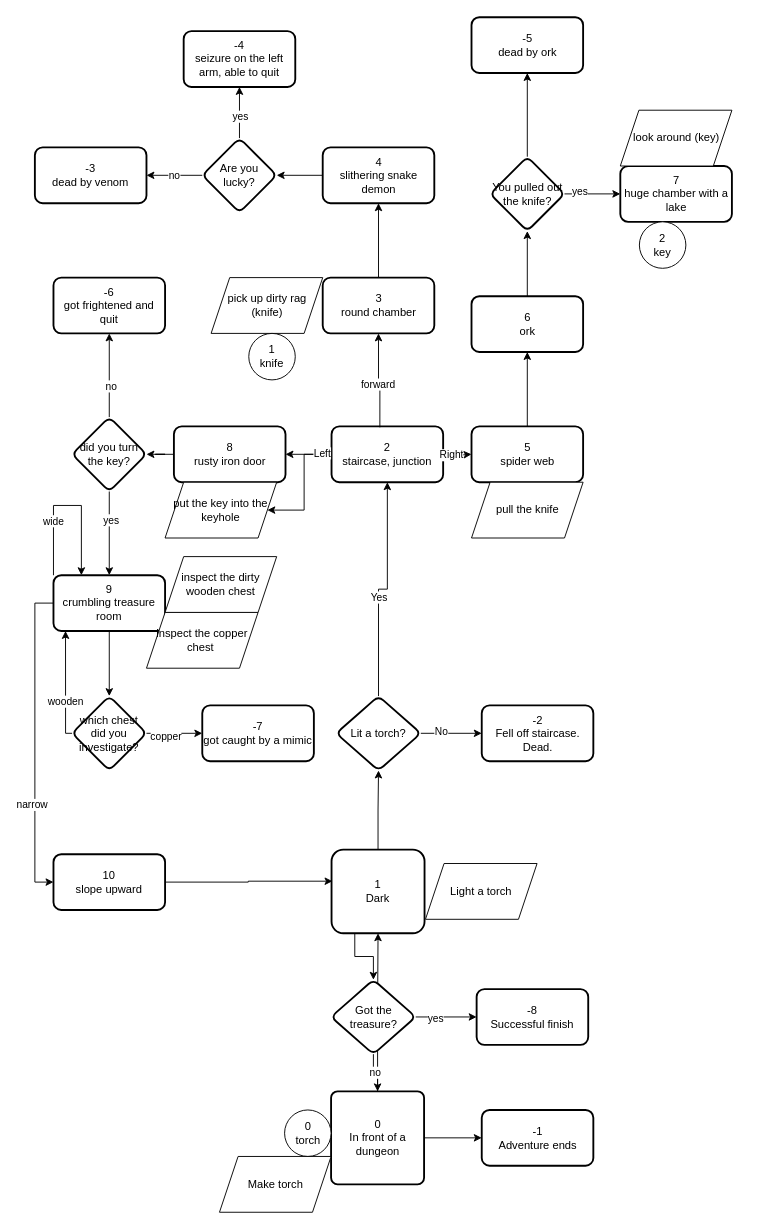
This is page "dungeon flow" (2 of 2) of docs/adventure_engine.drawio from iviczl/adventure, a draw.io file, before an edit. Source tidied: cells renumbered, new cells numbered last; positions are measured from the earlier drawing's top-left corner, leaving out a move shared by most shapes. Both pictures are drawn from the tidied source at 93%, with x=0, y=0 at pixel (34, 17).
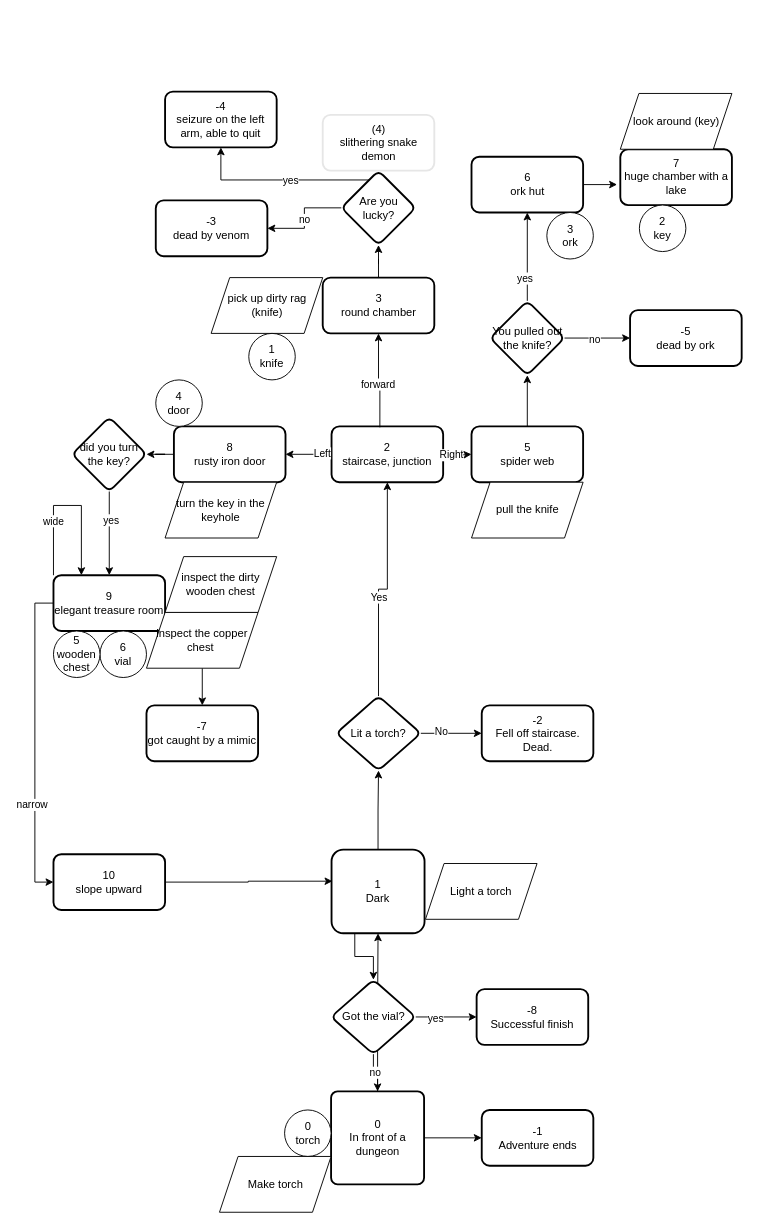
The same diagram, later.

Unchanged cells that the change refers to:
```xml
<mxCell id="16" value="2&lt;br&gt;staircase, junction" style="whiteSpace=wrap;html=1;rounded=1;arcSize=14;strokeWidth=2;" parent="1" vertex="1">
  <mxGeometry x="319" y="440" width="120" height="60" as="geometry" />
</mxCell>
<mxCell id="24" value="5&lt;br&gt;spider web" style="whiteSpace=wrap;html=1;rounded=1;arcSize=14;strokeWidth=2;" parent="1" vertex="1">
  <mxGeometry x="469.5" y="440" width="120" height="60" as="geometry" />
</mxCell>
<mxCell id="32" value="3&lt;br&gt;round chamber" style="whiteSpace=wrap;html=1;rounded=1;arcSize=14;strokeWidth=2;" parent="1" vertex="1">
  <mxGeometry x="309.5" y="280" width="120" height="60" as="geometry" />
</mxCell>
<mxCell id="44" style="edgeStyle=orthogonalEdgeStyle;rounded=0;jettySize=auto;html=1;" parent="1" edge="1" source="45" target="53">
  <mxGeometry relative="1" as="geometry" />
</mxCell>
<mxCell id="51" value="did you turn the key?" style="rhombus;whiteSpace=wrap;html=1;rounded=1;arcSize=14;strokeWidth=2;" parent="1" vertex="1">
  <mxGeometry x="40" y="430" width="80" height="80" as="geometry" />
</mxCell>
<mxCell id="71" value="inspect the copper chest&amp;nbsp;" style="shape=parallelogram;perimeter=parallelogramPerimeter;whiteSpace=wrap;html=1;fixedSize=1;" parent="1" vertex="1">
  <mxGeometry x="120" y="640" width="120" height="60" as="geometry" />
</mxCell>
```

What changed in the source:
```diff
@@
-    <mxCell id="15" style="edgeStyle=orthogonalEdgeStyle;rounded=0;jettySize=auto;html=1;" parent="1" edge="1" source="16" target="55">
-      <mxGeometry relative="1" as="geometry" />
-    </mxCell>
@@
-    <mxCell id="23" style="edgeStyle=orthogonalEdgeStyle;rounded=0;jettySize=auto;html=1;" parent="1" edge="1" source="24" target="29">
+    <mxCell id="23" style="edgeStyle=orthogonalEdgeStyle;rounded=0;jettySize=auto;html=1;entryX=0.5;entryY=1;entryDx=0;entryDy=0;" parent="1" edge="1" source="24" target="45">
       <mxGeometry relative="1" as="geometry" />
     </mxCell>
@@
-    <mxCell id="28" style="edgeStyle=orthogonalEdgeStyle;rounded=0;jettySize=auto;html=1;" parent="1" edge="1" source="29" target="45">
+    <mxCell id="28" style="edgeStyle=orthogonalEdgeStyle;rounded=0;jettySize=auto;html=1;entryX=-0.029;entryY=0.633;entryDx=0;entryDy=0;entryPerimeter=0;" parent="1" edge="1" source="29" target="52">
       <mxGeometry relative="1" as="geometry" />
     </mxCell>
-    <mxCell id="29" value="6&lt;div&gt;ork&lt;/div&gt;" style="whiteSpace=wrap;html=1;rounded=1;arcSize=14;strokeWidth=2;" parent="1" vertex="1">
-      <mxGeometry x="469.5" y="300" width="120" height="60" as="geometry" />
+    <mxCell id="29" value="6&lt;div&gt;ork hut&lt;/div&gt;" style="whiteSpace=wrap;html=1;rounded=1;arcSize=14;strokeWidth=2;" parent="1" vertex="1">
+      <mxGeometry x="469.5" y="150" width="120" height="60" as="geometry" />
     </mxCell>
@@
-    <mxCell id="31" style="edgeStyle=orthogonalEdgeStyle;rounded=0;jettySize=auto;html=1;" parent="1" edge="1" source="32" target="34">
+    <mxCell id="31" style="edgeStyle=orthogonalEdgeStyle;rounded=0;jettySize=auto;html=1;entryX=0.5;entryY=1;entryDx=0;entryDy=0;" parent="1" edge="1" source="32" target="39">
       <mxGeometry relative="1" as="geometry" />
     </mxCell>
@@
-    <mxCell id="33" style="edgeStyle=orthogonalEdgeStyle;rounded=0;jettySize=auto;html=1;" parent="1" edge="1" source="34" target="39">
-      <mxGeometry relative="1" as="geometry" />
-    </mxCell>
-    <mxCell id="34" value="4&lt;br&gt;slithering snake demon" style="whiteSpace=wrap;html=1;rounded=1;arcSize=14;strokeWidth=2;" parent="1" vertex="1">
-      <mxGeometry x="309.5" y="140" width="120" height="60" as="geometry" />
+    <mxCell id="34" value="(4)&lt;br&gt;slithering snake demon" style="whiteSpace=wrap;html=1;rounded=1;arcSize=14;strokeWidth=2;strokeColor=#E6E6E6;" parent="1" vertex="1">
+      <mxGeometry x="309.5" y="105" width="120" height="60" as="geometry" />
     </mxCell>
     <mxCell id="35" style="edgeStyle=orthogonalEdgeStyle;rounded=0;jettySize=auto;html=1;" parent="1" edge="1" source="39" target="40">
-      <mxGeometry relative="1" as="geometry" />
+      <mxGeometry relative="1" as="geometry">
+        <Array as="points">
+          <mxPoint x="200" y="175" />
+        </Array>
+      </mxGeometry>
     </mxCell>
@@
     <mxCell id="39" value="Are you lucky?" style="rhombus;whiteSpace=wrap;html=1;rounded=1;arcSize=14;strokeWidth=2;" parent="1" vertex="1">
-      <mxGeometry x="180" y="130" width="80" height="80" as="geometry" />
+      <mxGeometry x="329.5" y="165" width="80" height="80" as="geometry" />
     </mxCell>
     <mxCell id="40" value="-4&lt;br&gt;seizure on the left arm, able to quit" style="whiteSpace=wrap;html=1;rounded=1;arcSize=14;strokeWidth=2;" parent="1" vertex="1">
-      <mxGeometry x="160" y="15" width="120" height="60" as="geometry" />
+      <mxGeometry x="140" y="80" width="120" height="60" as="geometry" />
     </mxCell>
     <mxCell id="41" value="-3&lt;br&gt;dead by venom" style="whiteSpace=wrap;html=1;rounded=1;arcSize=14;strokeWidth=2;" parent="1" vertex="1">
-      <mxGeometry y="140" width="120" height="60" as="geometry" />
+      <mxGeometry x="130" y="197" width="120" height="60" as="geometry" />
     </mxCell>
-    <mxCell id="42" style="edgeStyle=orthogonalEdgeStyle;rounded=0;jettySize=auto;html=1;" parent="1" edge="1" source="45" target="52">
+    <mxCell id="42" style="edgeStyle=orthogonalEdgeStyle;rounded=0;jettySize=auto;html=1;entryX=0.5;entryY=1;entryDx=0;entryDy=0;" parent="1" edge="1" source="45" target="29">
       <mxGeometry relative="1" as="geometry" />
     </mxCell>
@@
+    <mxCell id="48" value="no" style="edgeLabel;html=1;align=center;verticalAlign=middle;" parent="44" vertex="1">
+      <mxGeometry x="-0.13" y="-1" relative="1" as="geometry">
+        <mxPoint x="1" as="offset" />
+      </mxGeometry>
+    </mxCell>
     <mxCell id="45" value="You pulled out the knife?" style="rhombus;whiteSpace=wrap;html=1;rounded=1;arcSize=14;strokeWidth=2;" parent="1" vertex="1">
-      <mxGeometry x="489.5" y="150" width="80" height="80" as="geometry" />
+      <mxGeometry x="489.5" y="305" width="80" height="80" as="geometry" />
     </mxCell>
@@
-    <mxCell id="47" style="edgeStyle=orthogonalEdgeStyle;rounded=0;jettySize=auto;html=1;" parent="1" edge="1" source="51" target="56">
-      <mxGeometry relative="1" as="geometry" />
-    </mxCell>
-    <mxCell id="48" value="no" style="edgeLabel;html=1;align=center;verticalAlign=middle;" parent="47" vertex="1">
-      <mxGeometry x="-0.24" y="-1" relative="1" as="geometry" />
-    </mxCell>
@@
     <mxCell id="52" value="7&lt;div&gt;huge chamber with a lake&lt;/div&gt;" style="whiteSpace=wrap;html=1;rounded=1;arcSize=14;strokeWidth=2;" parent="1" vertex="1">
-      <mxGeometry x="629.5" y="160" width="120" height="60" as="geometry" />
+      <mxGeometry x="629.5" y="142" width="120" height="60" as="geometry" />
     </mxCell>
     <mxCell id="53" value="-5&lt;div&gt;dead by ork&lt;/div&gt;" style="whiteSpace=wrap;html=1;rounded=1;arcSize=14;strokeWidth=2;" parent="1" vertex="1">
-      <mxGeometry x="469.5" width="120" height="60" as="geometry" />
+      <mxGeometry x="640" y="315" width="120" height="60" as="geometry" />
     </mxCell>
     <mxCell id="54" value="look around (key)" style="shape=parallelogram;perimeter=parallelogramPerimeter;whiteSpace=wrap;html=1;fixedSize=1;" parent="1" vertex="1">
-      <mxGeometry x="629.5" y="100" width="120" height="60" as="geometry" />
+      <mxGeometry x="629.5" y="82" width="120" height="60" as="geometry" />
     </mxCell>
-    <mxCell id="55" value="put the key into the keyhole" style="shape=parallelogram;perimeter=parallelogramPerimeter;whiteSpace=wrap;html=1;fixedSize=1;" parent="1" vertex="1">
+    <mxCell id="55" value="turn the key in the keyhole" style="shape=parallelogram;perimeter=parallelogramPerimeter;whiteSpace=wrap;html=1;fixedSize=1;" parent="1" vertex="1">
       <mxGeometry x="140" y="500" width="120" height="60" as="geometry" />
     </mxCell>
-    <mxCell id="56" value="-6&lt;br&gt;got frightened and quit" style="whiteSpace=wrap;html=1;rounded=1;arcSize=14;strokeWidth=2;" parent="1" vertex="1">
-      <mxGeometry x="20" y="280" width="120" height="60" as="geometry" />
-    </mxCell>
-    <mxCell id="57" style="edgeStyle=orthogonalEdgeStyle;rounded=0;jettySize=auto;html=1;" parent="1" edge="1" source="62" target="67">
-      <mxGeometry relative="1" as="geometry" />
-    </mxCell>
@@
-    <mxCell id="62" value="9&lt;div&gt;crumbling treasure room&lt;/div&gt;" style="whiteSpace=wrap;html=1;rounded=1;arcSize=14;strokeWidth=2;" parent="1" vertex="1">
+    <mxCell id="62" value="9&lt;div&gt;elegant treasure room&lt;/div&gt;" style="whiteSpace=wrap;html=1;rounded=1;arcSize=14;strokeWidth=2;" parent="1" vertex="1">
       <mxGeometry x="20" y="600" width="120" height="60" as="geometry" />
     </mxCell>
-    <mxCell id="63" style="edgeStyle=orthogonalEdgeStyle;rounded=0;jettySize=auto;html=1;" parent="1" edge="1" source="67" target="68">
+    <mxCell id="63" style="edgeStyle=orthogonalEdgeStyle;rounded=0;jettySize=auto;html=1;exitX=0.5;exitY=1;exitDx=0;exitDy=0;" parent="1" edge="1" source="71" target="68">
       <mxGeometry relative="1" as="geometry" />
     </mxCell>
-    <mxCell id="64" value="copper" style="edgeLabel;html=1;align=center;verticalAlign=middle;" parent="63" vertex="1">
-      <mxGeometry x="-0.33" y="-3" relative="1" as="geometry" />
-    </mxCell>
-    <mxCell id="65" style="edgeStyle=orthogonalEdgeStyle;rounded=0;jettySize=auto;html=1;entryX=0.108;entryY=1;entryDx=0;entryDy=0;entryPerimeter=0;" parent="1" edge="1" source="67" target="62">
-      <mxGeometry relative="1" as="geometry">
-        <Array as="points">
-          <mxPoint x="33" y="770" />
-        </Array>
-      </mxGeometry>
-    </mxCell>
-    <mxCell id="66" value="wooden" style="edgeLabel;html=1;align=center;verticalAlign=middle;" parent="65" vertex="1">
-      <mxGeometry x="-0.29" relative="1" as="geometry" />
-    </mxCell>
-    <mxCell id="67" value="which chest did you investigate?" style="rhombus;whiteSpace=wrap;html=1;rounded=1;arcSize=14;strokeWidth=2;" parent="1" vertex="1">
-      <mxGeometry x="40" y="730" width="80" height="80" as="geometry" />
-    </mxCell>
     <mxCell id="68" value="-7&lt;br&gt;got caught by a mimic" style="whiteSpace=wrap;html=1;rounded=1;arcSize=14;strokeWidth=2;" parent="1" vertex="1">
-      <mxGeometry x="180" y="740" width="120" height="60" as="geometry" />
+      <mxGeometry x="120" y="740" width="120" height="60" as="geometry" />
     </mxCell>
@@
     <mxCell id="75" value="&lt;div&gt;2&lt;/div&gt;&lt;div&gt;key&lt;/div&gt;" style="ellipse;whiteSpace=wrap;html=1;" parent="1" vertex="1">
-      <mxGeometry x="650" y="220" width="50" height="50" as="geometry" />
+      <mxGeometry x="650" y="202" width="50" height="50" as="geometry" />
     </mxCell>
@@
-    <mxCell id="79" value="Got the treasure?" style="rhombus;whiteSpace=wrap;html=1;rounded=1;arcSize=14;strokeWidth=2;" parent="1" vertex="1">
+    <mxCell id="79" value="Got the vial?" style="rhombus;whiteSpace=wrap;html=1;rounded=1;arcSize=14;strokeWidth=2;" parent="1" vertex="1">
       <mxGeometry x="318.5" y="1035" width="91" height="80" as="geometry" />
     </mxCell>
@@
+    <mxCell id="82" value="&lt;div&gt;3&lt;/div&gt;&lt;div&gt;ork&lt;/div&gt;" style="ellipse;whiteSpace=wrap;html=1;" parent="1" vertex="1">
+      <mxGeometry x="550.5" y="210" width="50" height="50" as="geometry" />
+    </mxCell>
+    <mxCell id="83" value="&lt;div&gt;4&lt;/div&gt;&lt;div&gt;door&lt;/div&gt;" style="ellipse;whiteSpace=wrap;html=1;" parent="1" vertex="1">
+      <mxGeometry x="130" y="390" width="50" height="50" as="geometry" />
+    </mxCell>
+    <mxCell id="84" value="&lt;div&gt;6&lt;/div&gt;&lt;div&gt;vial&lt;/div&gt;" style="ellipse;whiteSpace=wrap;html=1;" parent="1" vertex="1">
+      <mxGeometry x="70" y="660" width="50" height="50" as="geometry" />
+    </mxCell>
+    <mxCell id="85" value="&lt;div&gt;5&lt;/div&gt;&lt;div&gt;wooden chest&lt;/div&gt;" style="ellipse;whiteSpace=wrap;html=1;" parent="1" vertex="1">
+      <mxGeometry x="20" y="660" width="50" height="50" as="geometry" />
+    </mxCell>
```
